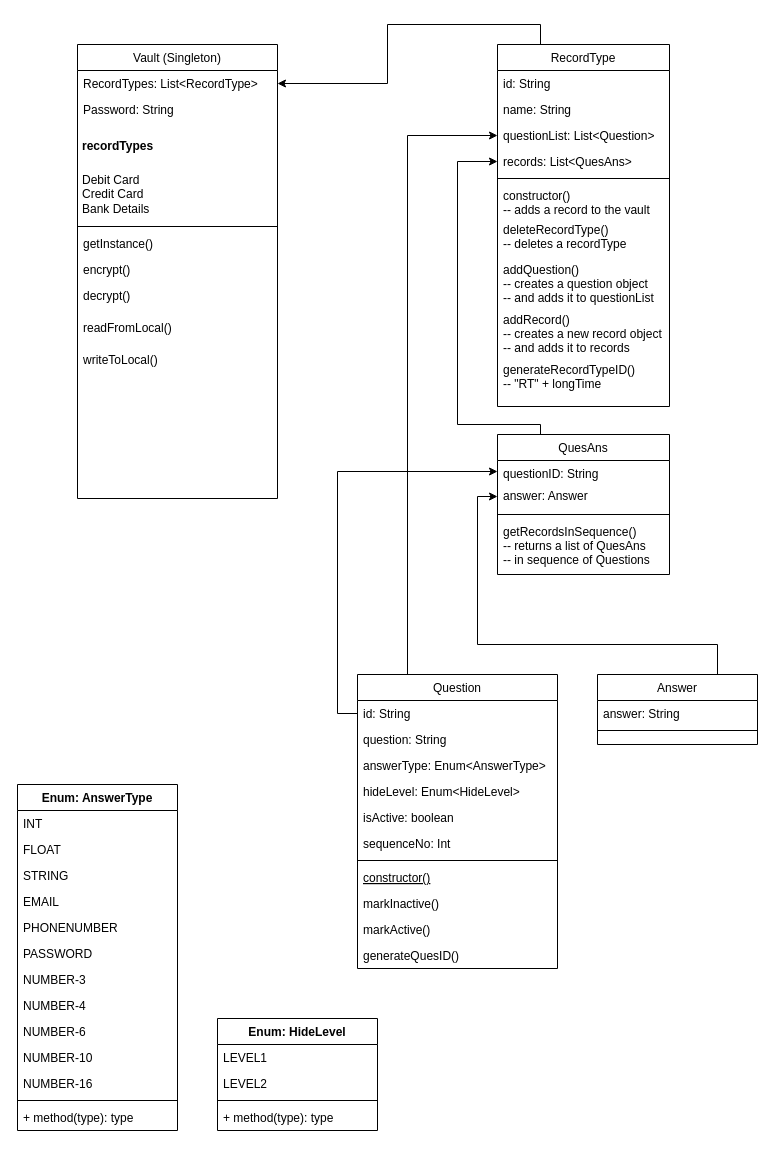
Earlier version of the draw.io diagram page "Class flow" (1 of 3) of app/plan/Tech4Docs.drawio (prasunmondal/tech4Docs). Source tidied: cells renumbered, new cells numbered last; positions are measured from the earlier drawing's top-left corner, leaving out a move shared by most shapes. Both pictures are drawn from the tidied source at 100%, with x=0, y=0 at pixel (17, 44).
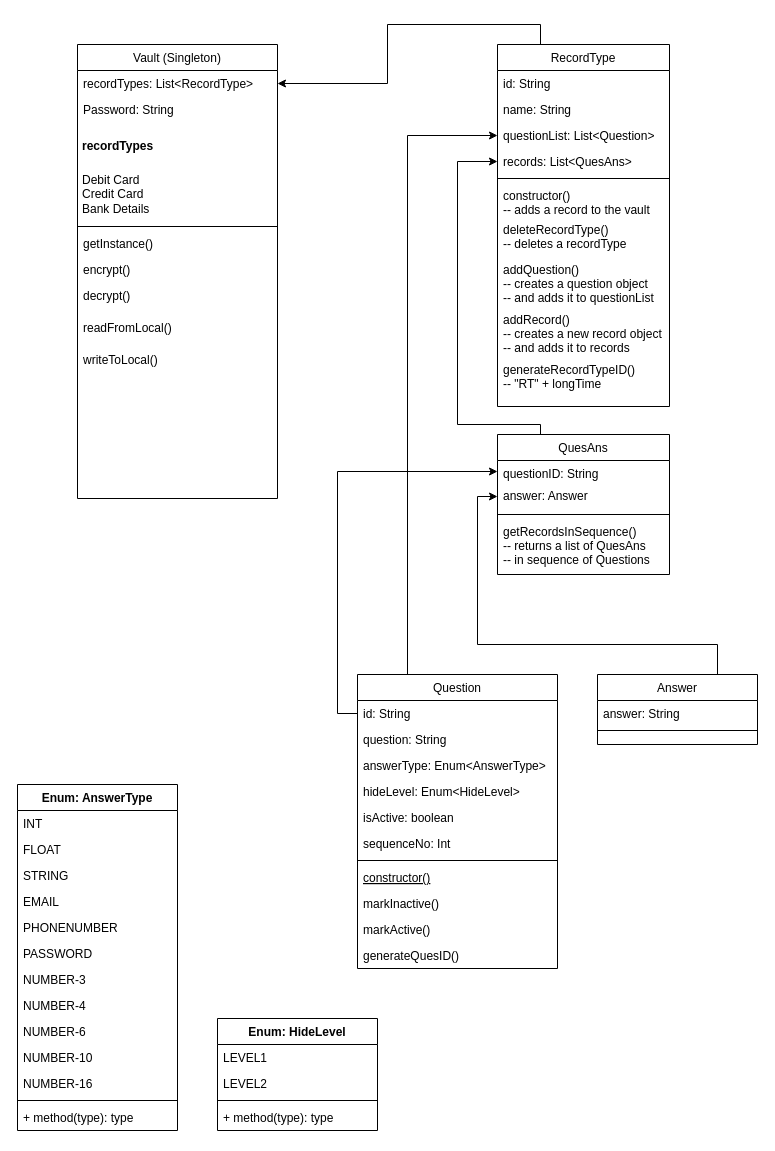
The same page after the edit.

The change refers to these unchanged cells:
```xml
<mxCell id="2" value="Vault (Singleton)" style="swimlane;fontStyle=0;align=center;verticalAlign=top;horizontal=1;startSize=26;rounded=0;shadow=0;strokeWidth=1;" parent="1" vertex="1">
  <mxGeometry x="60" width="200" height="454" as="geometry" />
</mxCell>
```

The edit, as a diff of the source:
```diff
@@
-    <mxCell id="3" value="RecordTypes: List&lt;RecordType&gt;" style="text;align=left;verticalAlign=top;spacingLeft=4;spacingRight=4;overflow=hidden;points=[[0,0.5],[1,0.5]];portConstraint=eastwest;" parent="2" vertex="1">
+    <mxCell id="3" value="recordTypes: List&lt;RecordType&gt;" style="text;align=left;verticalAlign=top;spacingLeft=4;spacingRight=4;overflow=hidden;points=[[0,0.5],[1,0.5]];portConstraint=eastwest;" parent="2" vertex="1">
       <mxGeometry y="26" width="200" height="26" as="geometry" />
     </mxCell>
```
